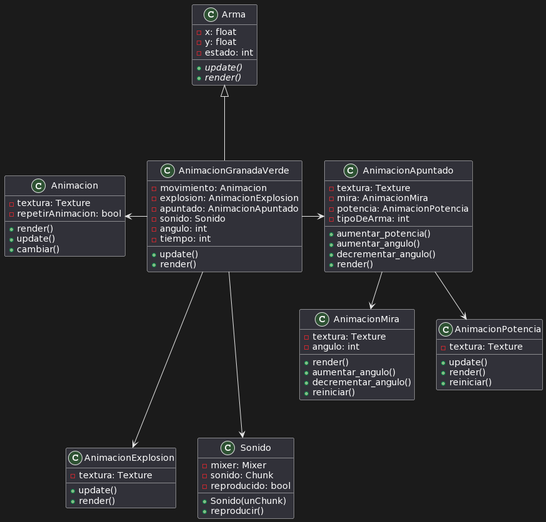
The PlantUML diagram documentacion/diagramas/clase/img/granada_verde.png in AlanValdevenito/Worms, before a commit. The source it was exported from:
```plantuml
@startuml
class Arma {
   -x: float
   -y: float
   -estado: int
   +{abstract}update()
   +{abstract}render()
}

class AnimacionGranadaVerde {
   -movimiento: Animacion
   -explosion: AnimacionExplosion
   -apuntado: AnimacionApuntado
   -sonido: Sonido
   -angulo: int
   -tiempo: int
   +update()
   +render()
}

class Animacion {
    -textura: Texture
    -repetirAnimacion: bool
    +render()
    +update()
    +cambiar()
}

class AnimacionExplosion {
   -textura: Texture
   +update()
   +render()
}

class AnimacionApuntado {
   -textura: Texture
   -mira: AnimacionMira
   -potencia: AnimacionPotencia
   -tipoDeArma: int
   +aumentar_potencia()
   +aumentar_angulo()
   +decrementar_angulo()
   +render()
}

class AnimacionMira {
   -textura: Texture
   -angulo: int
   +render()
   +aumentar_angulo()
   +decrementar_angulo()
   +reiniciar()
}

class AnimacionPotencia {
   -textura: Texture
   +update()
   +render()
   +reiniciar()
}

class Sonido {
   -mixer: Mixer
   -sonido: Chunk
   -reproducido: bool
   +Sonido(unChunk)
   +reproducir()
}

AnimacionGranadaVerde --up-|> Arma
AnimacionGranadaVerde --left-> Animacion
AnimacionGranadaVerde --down-> AnimacionExplosion
AnimacionGranadaVerde --right-> AnimacionApuntado
AnimacionGranadaVerde --down-> Sonido

AnimacionApuntado--down> AnimacionMira
AnimacionApuntado--down> AnimacionPotencia
@enduml
```
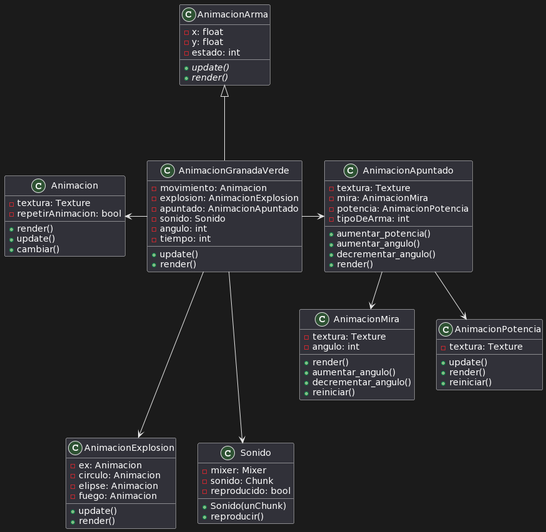
After the commit.

What changed in the source:
```diff
@@ -1,5 +1,5 @@
 @startuml
-class Arma {
+class AnimacionArma {
    -x: float
    -y: float
    -estado: int
@@ -27,7 +27,10 @@
 }
 
 class AnimacionExplosion {
-   -textura: Texture
+   -ex: Animacion
+   -circulo: Animacion
+   -elipse: Animacion
+   -fuego: Animacion
    +update()
    +render()
 }
@@ -67,7 +70,7 @@
    +reproducir()
 }
 
-AnimacionGranadaVerde --up-|> Arma
+AnimacionGranadaVerde --up-|> AnimacionArma
 AnimacionGranadaVerde --left-> Animacion
 AnimacionGranadaVerde --down-> AnimacionExplosion
 AnimacionGranadaVerde --right-> AnimacionApuntado
```
